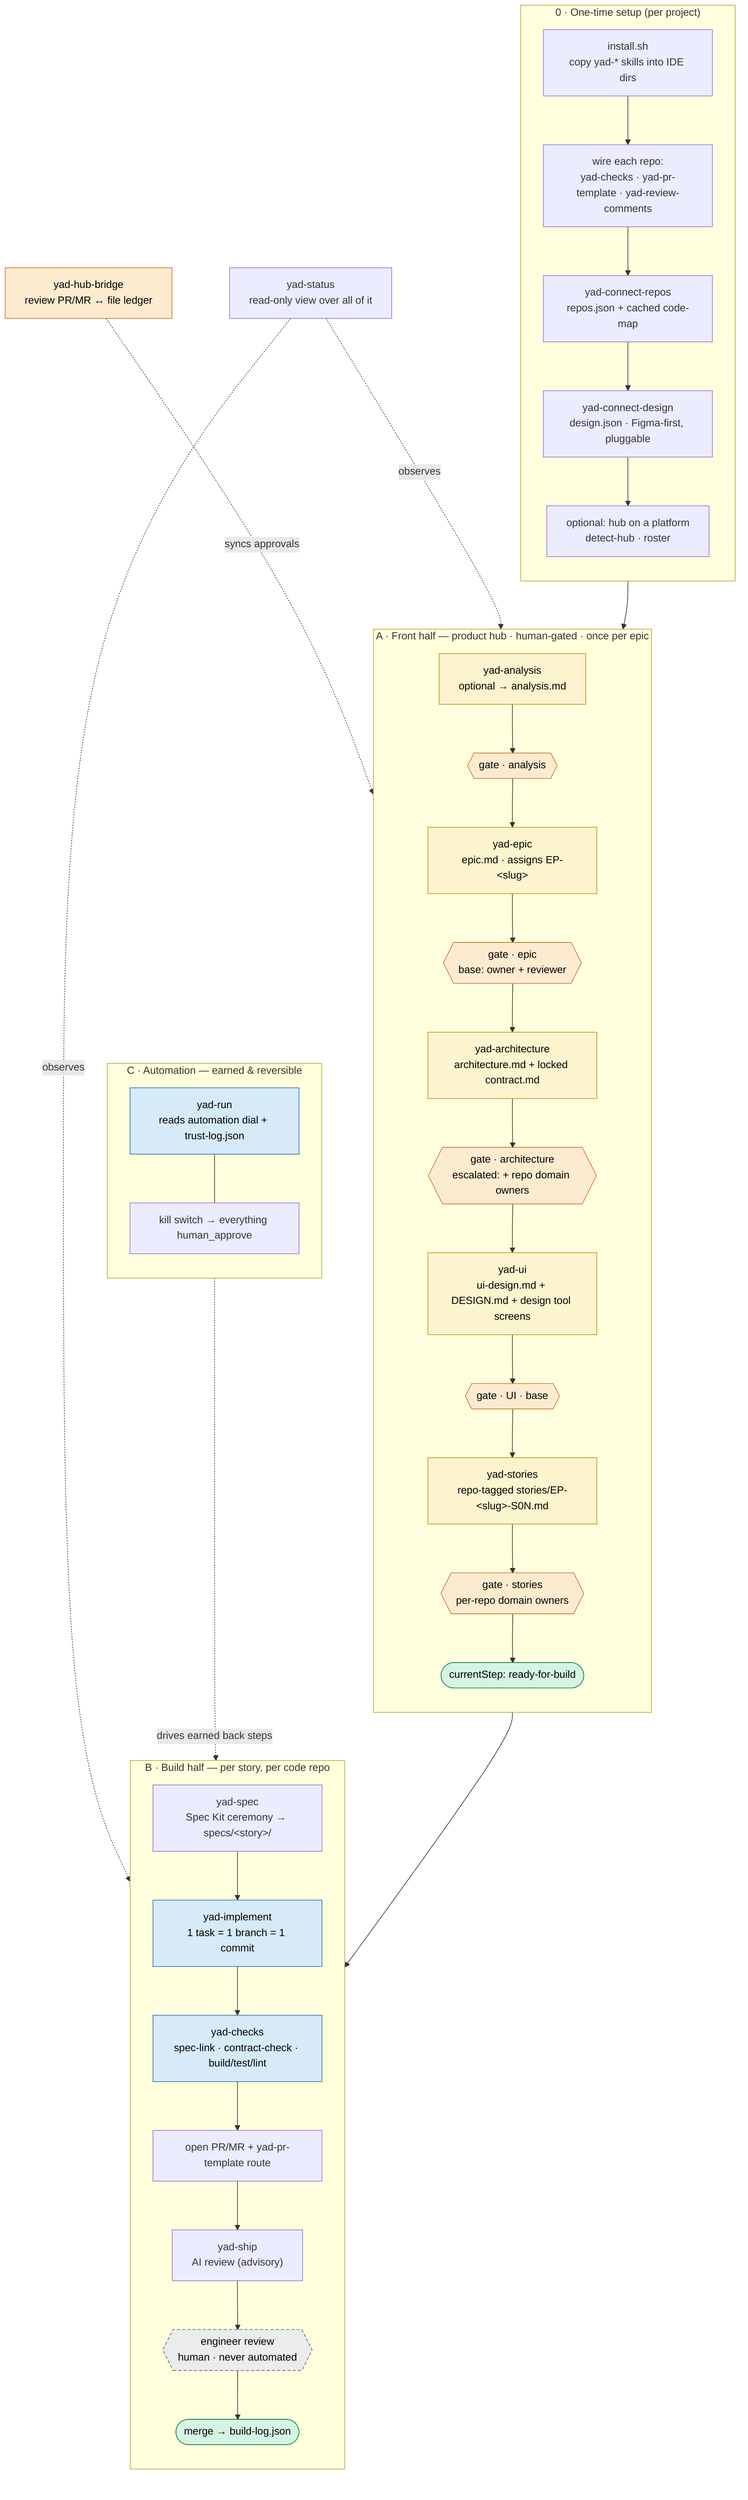
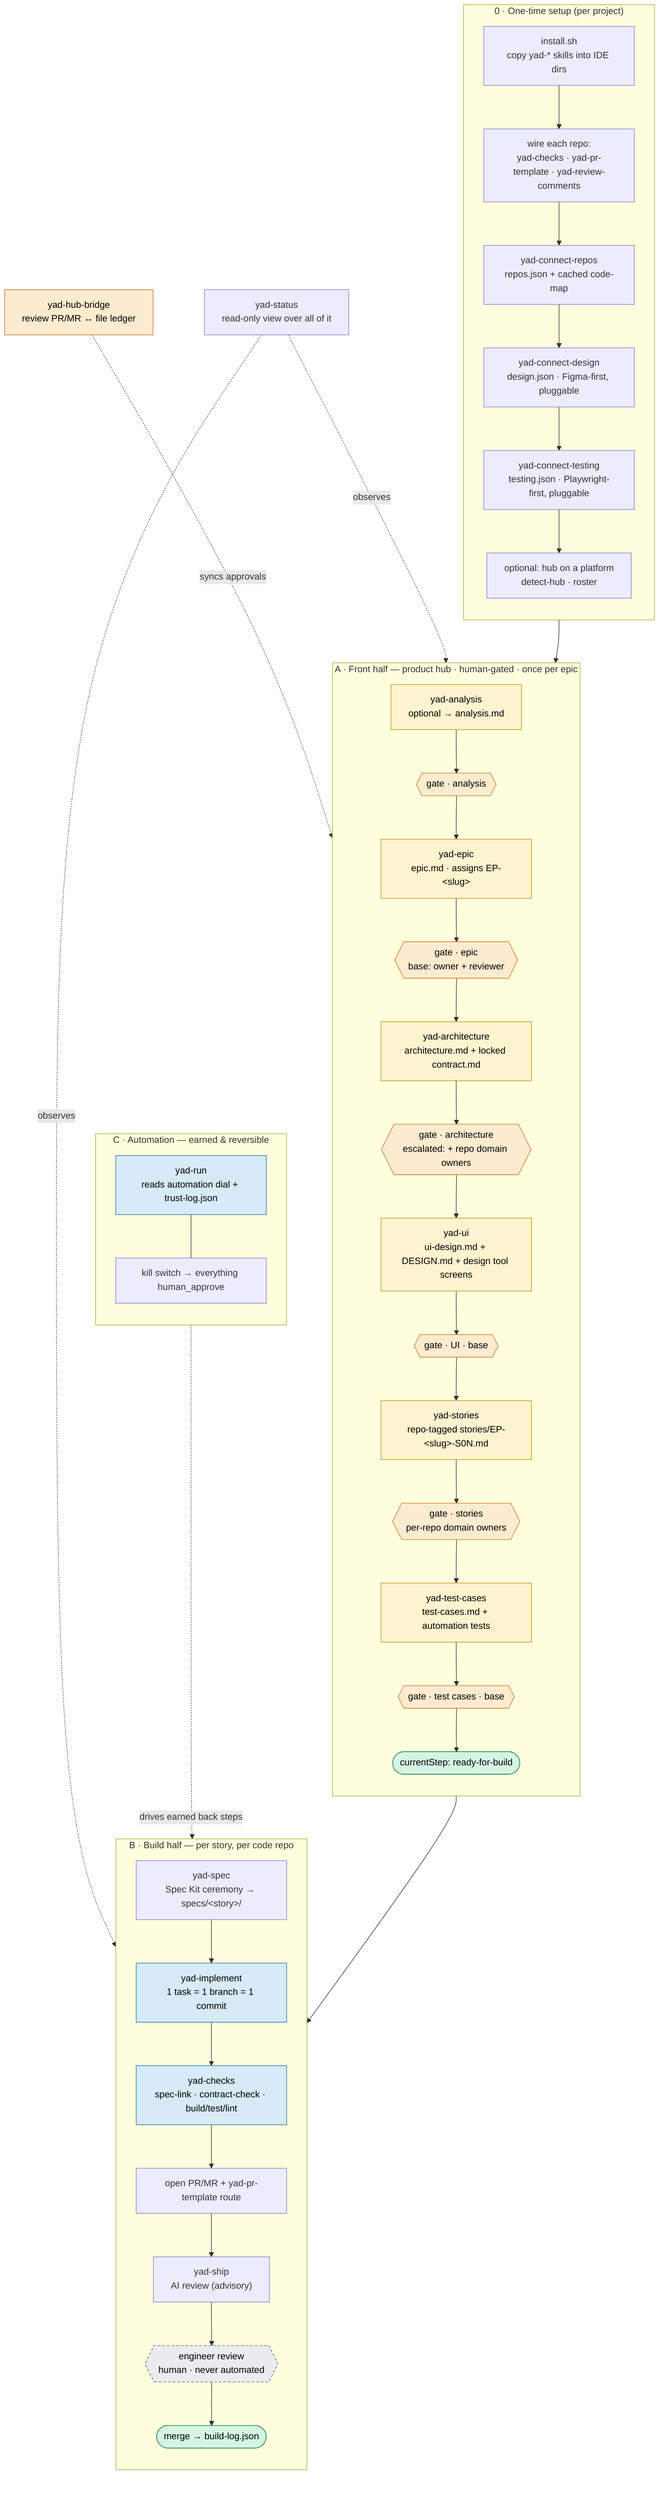
flowchart TD
    classDef gated fill:#fdebd0,stroke:#ca6f1e,color:#000
    classDef earns fill:#d6eaf8,stroke:#2471a3,color:#000
    classDef locked fill:#eaecee,stroke:#566573,color:#000,stroke-dasharray:5 3
    classDef artifact fill:#fcf3cf,stroke:#b7950b,color:#000
    classDef sentinel fill:#d5f5e3,stroke:#1e8449,color:#000

    subgraph SETUP["0 · One-time setup (per project)"]
      direction TB
      inst["install.sh<br/>copy yad-* skills into IDE dirs"]
      wire["wire each repo:<br/>yad-checks · yad-pr-template · yad-review-comments"]
      conn["yad-connect-repos<br/>repos.json + cached code-map"]
      cdes["yad-connect-design<br/>design.json · Figma-first, pluggable"]
+       ctest["yad-connect-testing<br/>testing.json · Playwright-first, pluggable"]
      phub["optional: hub on a platform<br/>detect-hub · roster"]
-       inst --> wire --> conn --> cdes --> phub
+       inst --> wire --> conn --> cdes --> ctest --> phub
    end

    subgraph FRONT["A · Front half — product hub · human-gated · once per epic"]
      direction TB
      an["yad-analysis<br/>optional → analysis.md"]:::artifact
      ep["yad-epic<br/>epic.md · assigns EP-&lt;slug&gt;"]:::artifact
      ar["yad-architecture<br/>architecture.md + locked contract.md"]:::artifact
      ui["yad-ui<br/>ui-design.md + DESIGN.md + design tool screens"]:::artifact
      st["yad-stories<br/>repo-tagged stories/EP-&lt;slug&gt;-S0N.md"]:::artifact
+       tc["yad-test-cases<br/>test-cases.md + automation tests"]:::artifact
      gAn{{"gate · analysis"}}:::gated
      gEp{{"gate · epic<br/>base: owner + reviewer"}}:::gated
      gAr{{"gate · architecture<br/>escalated: + repo domain owners"}}:::gated
      gUi{{"gate · UI · base"}}:::gated
      gSt{{"gate · stories<br/>per-repo domain owners"}}:::gated
+       gTc{{"gate · test cases · base"}}:::gated
      rfb(["currentStep: ready-for-build"]):::sentinel
-       an --> gAn --> ep --> gEp --> ar --> gAr --> ui --> gUi --> st --> gSt --> rfb
+       an --> gAn --> ep --> gEp --> ar --> gAr --> ui --> gUi --> st --> gSt --> tc --> gTc --> rfb
    end

    subgraph BUILD["B · Build half — per story, per code repo"]
      direction TB
      sp["yad-spec<br/>Spec Kit ceremony → specs/&lt;story&gt;/"]
      im["yad-implement<br/>1 task = 1 branch = 1 commit"]:::earns
      ck["yad-checks<br/>spec-link · contract-check · build/test/lint"]:::earns
      prm["open PR/MR + yad-pr-template route"]
      shp["yad-ship<br/>AI review (advisory)"]
      eng{{"engineer review<br/>human · never automated"}}:::locked
      merged(["merge → build-log.json"]):::sentinel
      sp --> im --> ck --> prm --> shp --> eng --> merged
    end

    subgraph AUTO["C · Automation — earned & reversible"]
      direction TB
      run["yad-run<br/>reads automation dial + trust-log.json"]:::earns
      kill["kill switch → everything human_approve"]
      run --- kill
    end

    phub --> an
    rfb --> sp
    run -. drives earned back steps .-> im
    bridge["yad-hub-bridge<br/>review PR/MR ↔ file ledger"]:::gated
    bridge -. syncs approvals .-> gEp
    status["yad-status<br/>read-only view over all of it"]
    status -. observes .-> FRONT
    status -. observes .-> BUILD
